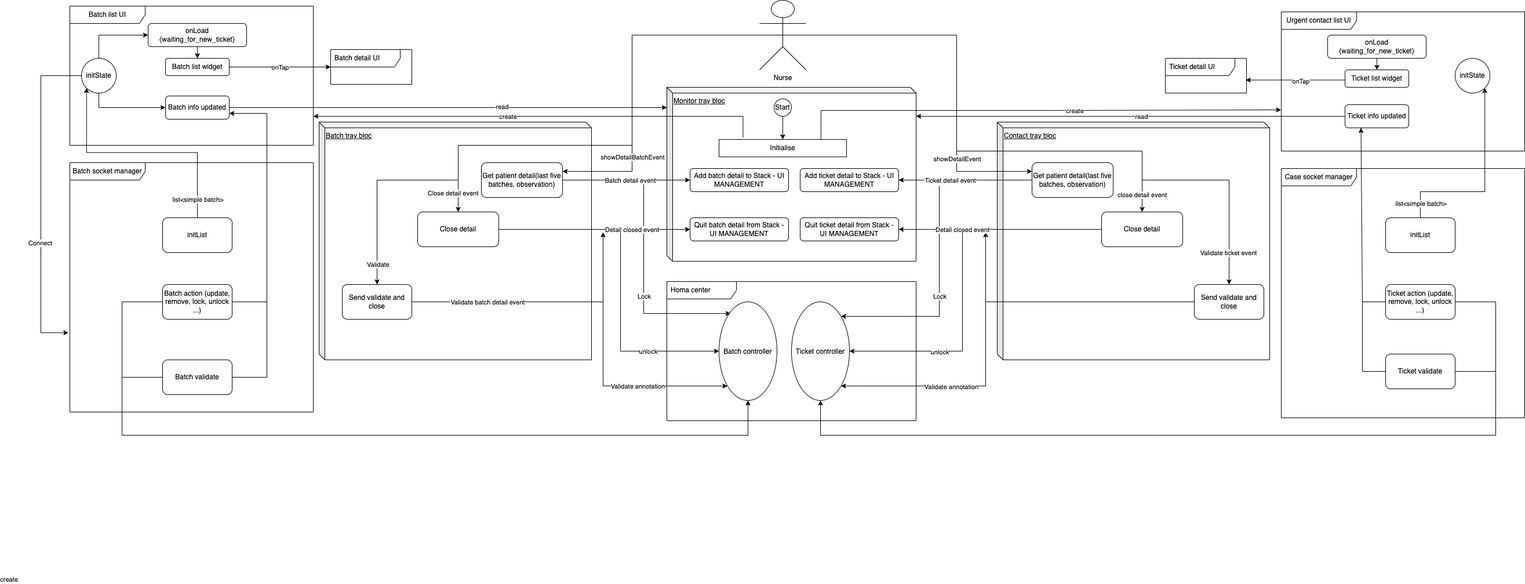
The draw.io diagram images/Tray bloc.drawio.png in aprilcao221/Digrams, before a commit. Source tidied: cells renumbered, new cells last; positions are measured from the earlier drawing's top-left corner, leaving out a move shared by most shapes.
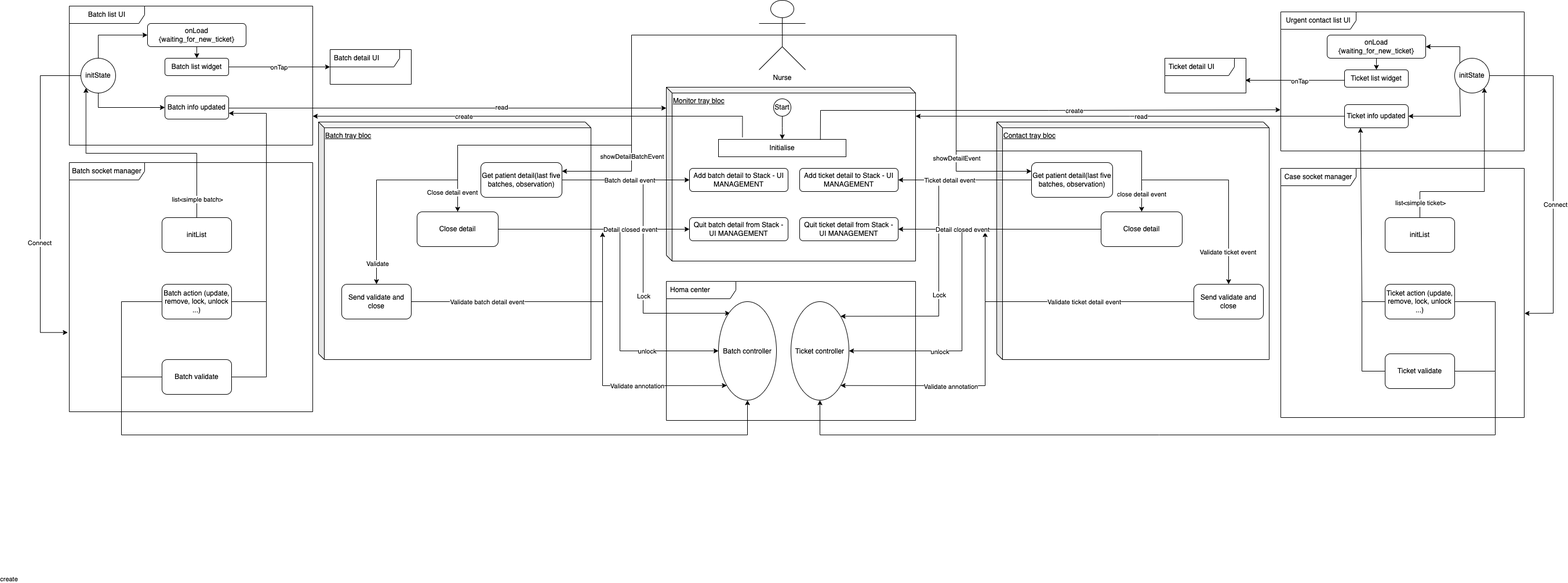
After the change.

What changed in the source:
```diff
@@ -27,7 +27,9 @@
       </mxGeometry>
     </mxCell>
     <mxCell id="6" value="create" style="edgeLabel;html=1;align=center;verticalAlign=middle;" parent="4" vertex="1">
-      <mxGeometry x="0.14" relative="1" as="geometry" />
+      <mxGeometry x="0.14" relative="1" as="geometry">
+        <mxPoint x="-74" as="offset" />
+      </mxGeometry>
     </mxCell>
     <mxCell id="7" style="endArrow=classic;html=1;rounded=0;shadow=0;comic=0;enumerate=0;" parent="1" edge="1">
       <mxGeometry relative="1" as="geometry">
@@ -325,6 +327,11 @@
         </Array>
       </mxGeometry>
     </mxCell>
+    <mxCell id="109" value="Validate ticket detail event" style="edgeLabel;html=1;align=center;verticalAlign=middle;" parent="72" vertex="1">
+      <mxGeometry x="0.04" y="2" relative="1" as="geometry">
+        <mxPoint x="60" y="-2" as="offset" />
+      </mxGeometry>
+    </mxCell>
     <mxCell id="73" value="Send validate and close" style="rounded=1;whiteSpace=wrap;html=1;fillColor=none;gradientColor=none;" parent="1" vertex="1">
       <mxGeometry x="1990" y="490" width="120" height="60" as="geometry" />
     </mxCell>
@@ -371,7 +378,7 @@
         </Array>
       </mxGeometry>
     </mxCell>
-    <mxCell id="87" value="list&amp;lt;simple batch&amp;gt;" style="edgeLabel;html=1;align=center;verticalAlign=middle;" parent="86" vertex="1">
+    <mxCell id="87" value="list&amp;lt;simple ticket&amp;gt;" style="edgeLabel;html=1;align=center;verticalAlign=middle;" parent="86" vertex="1">
       <mxGeometry x="-0.85" relative="1" as="geometry" />
     </mxCell>
     <mxCell id="88" value="initList" style="rounded=1;whiteSpace=wrap;html=1;fillColor=none;gradientColor=none;" parent="1" vertex="1">
@@ -491,5 +498,30 @@
         </Array>
       </mxGeometry>
     </mxCell>
+    <mxCell id="110" style="endArrow=classic;html=1;rounded=0;shadow=0;comic=0;elbow=vertical;exitX=1;exitY=0.5;exitDx=0;exitDy=0;entryX=1.001;entryY=0.582;entryDx=0;entryDy=0;entryPerimeter=0;" parent="1" edge="1" source="76" target="74">
+      <mxGeometry relative="1" as="geometry">
+        <Array as="points">
+          <mxPoint x="2610" y="130" />
+          <mxPoint x="2610" y="540" />
+        </Array>
+      </mxGeometry>
+    </mxCell>
+    <mxCell id="111" value="Connect" style="edgeLabel;html=1;align=center;verticalAlign=middle;" parent="110" vertex="1">
+      <mxGeometry x="0.16" y="3" relative="1" as="geometry" />
+    </mxCell>
+    <mxCell id="112" style="endArrow=classic;html=1;rounded=0;shadow=0;comic=0;elbow=vertical;exitX=0;exitY=0;exitDx=0;exitDy=0;entryX=1;entryY=0.5;entryDx=0;entryDy=0;" parent="1" edge="1" source="76" target="78">
+      <mxGeometry relative="1" as="geometry">
+        <Array as="points">
+          <mxPoint x="2449" y="80" />
+        </Array>
+      </mxGeometry>
+    </mxCell>
+    <mxCell id="113" style="endArrow=classic;html=1;rounded=0;shadow=0;comic=0;elbow=vertical;exitX=0;exitY=1;exitDx=0;exitDy=0;entryX=1;entryY=0.5;entryDx=0;entryDy=0;" parent="1" edge="1" source="76" target="85">
+      <mxGeometry relative="1" as="geometry">
+        <Array as="points">
+          <mxPoint x="2450" y="200" />
+        </Array>
+      </mxGeometry>
+    </mxCell>
   </root>
 </mxGraphModel>
```
